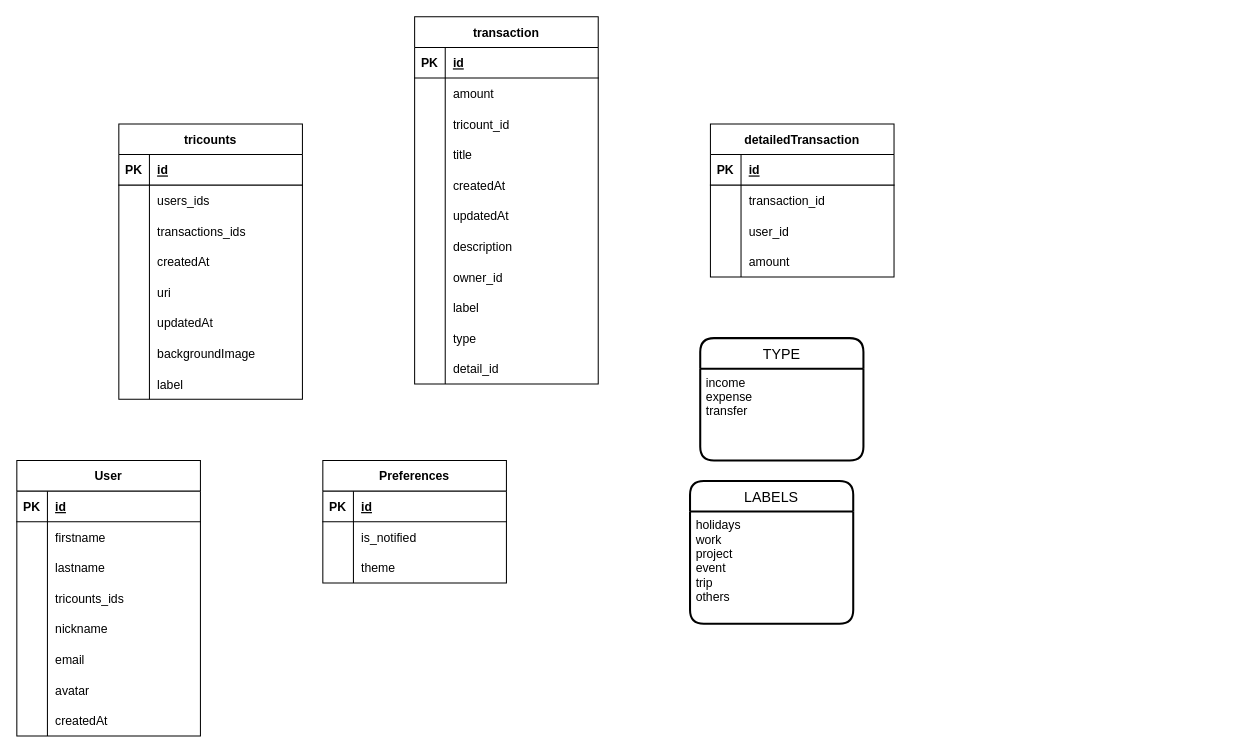
The draw.io diagram assets/trigram.drawio in CorentinMAG/tricount, before the edit. Source tidied: cells renumbered, new cells numbered last; positions are measured from the earlier drawing's top-left corner, leaving out a move shared by most shapes. Both pictures are drawn from the tidied source at 102%, with x=0, y=0 at pixel (16, 16).
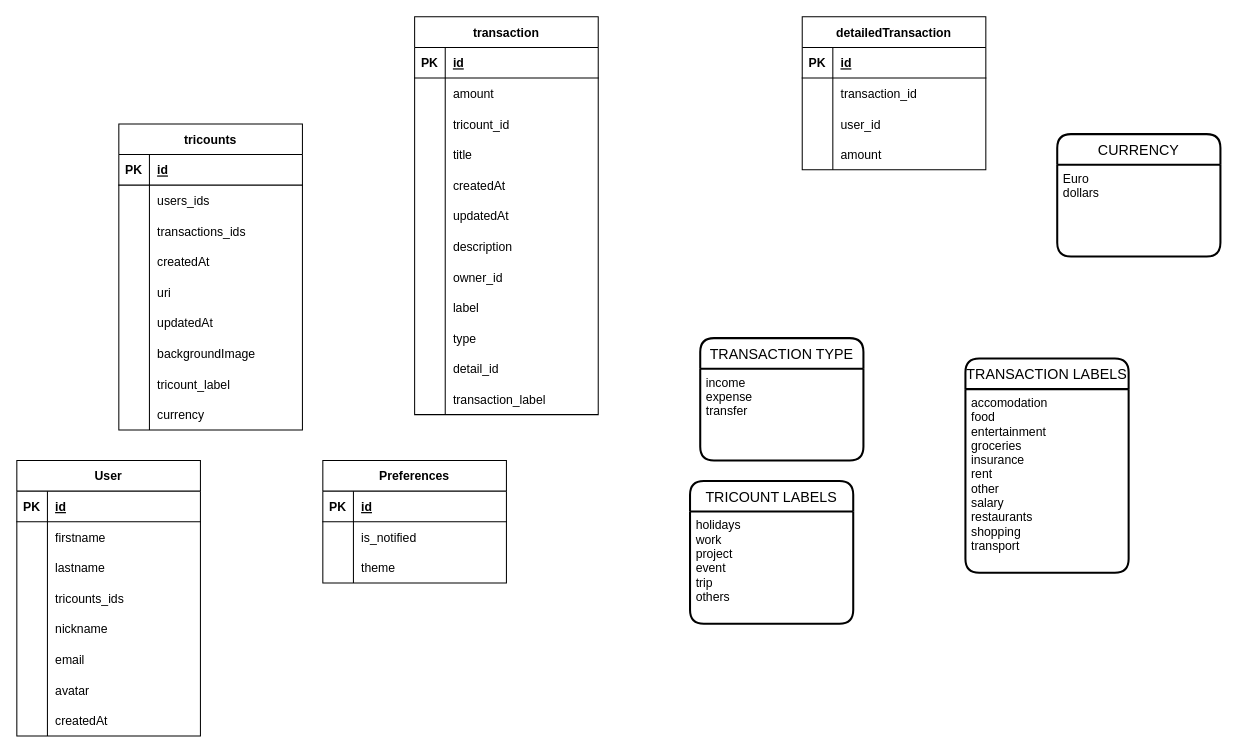
After the change.

Unchanged cells that the change refers to:
```xml
<mxCell id="24" style="shape=tableRow;horizontal=0;startSize=0;swimlaneHead=0;swimlaneBody=0;fillColor=none;top=0;left=0;right=0;bottom=0;" parent="2" vertex="1">
  <mxGeometry y="240" width="180" height="30" as="geometry" />
</mxCell>
```

Change to the diagram source:
```diff
@@
     <mxCell id="2" value="tricounts" style="shape=table;startSize=30;childLayout=tableLayout;rowLines=0;fontStyle=1;align=center;" parent="1" vertex="1">
-      <mxGeometry x="100" y="105" width="180" height="270" as="geometry" />
+      <mxGeometry x="100" y="105" width="180" height="300" as="geometry" />
     </mxCell>
@@
-    <mxCell id="26" value="label" style="shape=partialRectangle;fillColor=none;top=0;left=0;bottom=0;right=0;align=left;spacingLeft=6;overflow=hidden;" parent="24" vertex="1">
+    <mxCell id="26" value="tricount_label" style="shape=partialRectangle;fillColor=none;top=0;left=0;bottom=0;right=0;align=left;spacingLeft=6;overflow=hidden;" parent="24" vertex="1">
       <mxGeometry x="30" width="150" height="30" as="geometry" />
     </mxCell>
+    <mxCell id="113" style="shape=tableRow;horizontal=0;startSize=0;swimlaneHead=0;swimlaneBody=0;fillColor=none;top=0;left=0;right=0;bottom=0;" parent="2" vertex="1">
+      <mxGeometry y="270" width="180" height="30" as="geometry" />
+    </mxCell>
+    <mxCell id="114" style="shape=partialRectangle;fillColor=none;top=0;left=0;bottom=0;right=0;overflow=hidden;" parent="113" vertex="1">
+      <mxGeometry width="30" height="30" as="geometry" />
+    </mxCell>
+    <mxCell id="115" value="currency" style="shape=partialRectangle;fillColor=none;top=0;left=0;bottom=0;right=0;align=left;spacingLeft=6;overflow=hidden;" parent="113" vertex="1">
+      <mxGeometry x="30" width="150" height="30" as="geometry" />
+    </mxCell>
@@
     <mxCell id="62" value="detailedTransaction" style="shape=table;startSize=30;childLayout=tableLayout;rowLines=0;fontStyle=1;align=center;" parent="1" vertex="1">
-      <mxGeometry x="680" y="105" width="180" height="150" as="geometry" />
+      <mxGeometry x="770" width="180" height="150" as="geometry" />
     </mxCell>
@@
     <mxCell id="75" value="transaction" style="shape=table;startSize=30;childLayout=tableLayout;rowLines=0;fontStyle=1;align=center;" parent="1" vertex="1">
-      <mxGeometry x="390" width="180" height="360" as="geometry" />
+      <mxGeometry x="390" width="180" height="390" as="geometry" />
     </mxCell>
@@
+    <mxCell id="116" style="shape=tableRow;horizontal=0;startSize=0;swimlaneHead=0;swimlaneBody=0;fillColor=none;top=0;left=0;right=0;bottom=0;" parent="75" vertex="1">
+      <mxGeometry y="360" width="180" height="30" as="geometry" />
+    </mxCell>
+    <mxCell id="117" style="shape=partialRectangle;fillColor=none;top=0;left=0;bottom=0;right=0;overflow=hidden;" parent="116" vertex="1">
+      <mxGeometry width="30" height="30" as="geometry" />
+    </mxCell>
+    <mxCell id="118" value="transaction_label" style="shape=partialRectangle;fillColor=none;top=0;left=0;bottom=0;right=0;align=left;spacingLeft=6;overflow=hidden;" parent="116" vertex="1">
+      <mxGeometry x="30" width="150" height="30" as="geometry" />
+    </mxCell>
-    <mxCell id="109" value="TYPE" style="swimlane;horizontal=1;startSize=30;rounded=1;fontSize=14;fontStyle=0;strokeWidth=2;shadow=0;dashed=0;align=center;" parent="1" vertex="1">
+    <mxCell id="109" value="TRANSACTION TYPE" style="swimlane;horizontal=1;startSize=30;rounded=1;fontSize=14;fontStyle=0;strokeWidth=2;shadow=0;dashed=0;align=center;" parent="1" vertex="1">
       <mxGeometry x="670" y="315" width="160" height="120" as="geometry" />
     </mxCell>
@@
-    <mxCell id="111" value="LABELS" style="swimlane;horizontal=1;startSize=30;rounded=1;fontSize=14;fontStyle=0;strokeWidth=2;shadow=0;dashed=0;align=center;" parent="1" vertex="1">
+    <mxCell id="111" value="TRICOUNT LABELS" style="swimlane;horizontal=1;startSize=30;rounded=1;fontSize=14;fontStyle=0;strokeWidth=2;shadow=0;dashed=0;align=center;" parent="1" vertex="1">
       <mxGeometry x="660" y="455" width="160" height="140" as="geometry" />
     </mxCell>
@@
+    <mxCell id="119" value="TRANSACTION LABELS" style="swimlane;horizontal=1;startSize=30;rounded=1;fontSize=14;fontStyle=0;strokeWidth=2;shadow=0;dashed=0;align=center;" parent="1" vertex="1">
+      <mxGeometry x="930" y="335" width="160" height="210" as="geometry" />
+    </mxCell>
+    <mxCell id="120" value="accomodation&#10;food&#10;entertainment&#10;groceries&#10;insurance&#10;rent&#10;other&#10;salary&#10;restaurants&#10;shopping&#10;transport" style="align=left;strokeColor=none;fillColor=none;spacingLeft=4;fontSize=12;verticalAlign=top;" parent="119" vertex="1">
+      <mxGeometry y="30" width="160" height="180" as="geometry" />
+    </mxCell>
+    <mxCell id="121" value="CURRENCY" style="swimlane;horizontal=1;startSize=30;rounded=1;fontSize=14;fontStyle=0;strokeWidth=2;shadow=0;dashed=0;align=center;" parent="1" vertex="1">
+      <mxGeometry x="1020" y="115" width="160" height="120" as="geometry" />
+    </mxCell>
+    <mxCell id="122" value="Euro&#10;dollars&#10;" style="align=left;strokeColor=none;fillColor=none;spacingLeft=4;fontSize=12;verticalAlign=top;" parent="121" vertex="1">
+      <mxGeometry y="30" width="160" height="90" as="geometry" />
+    </mxCell>
```
